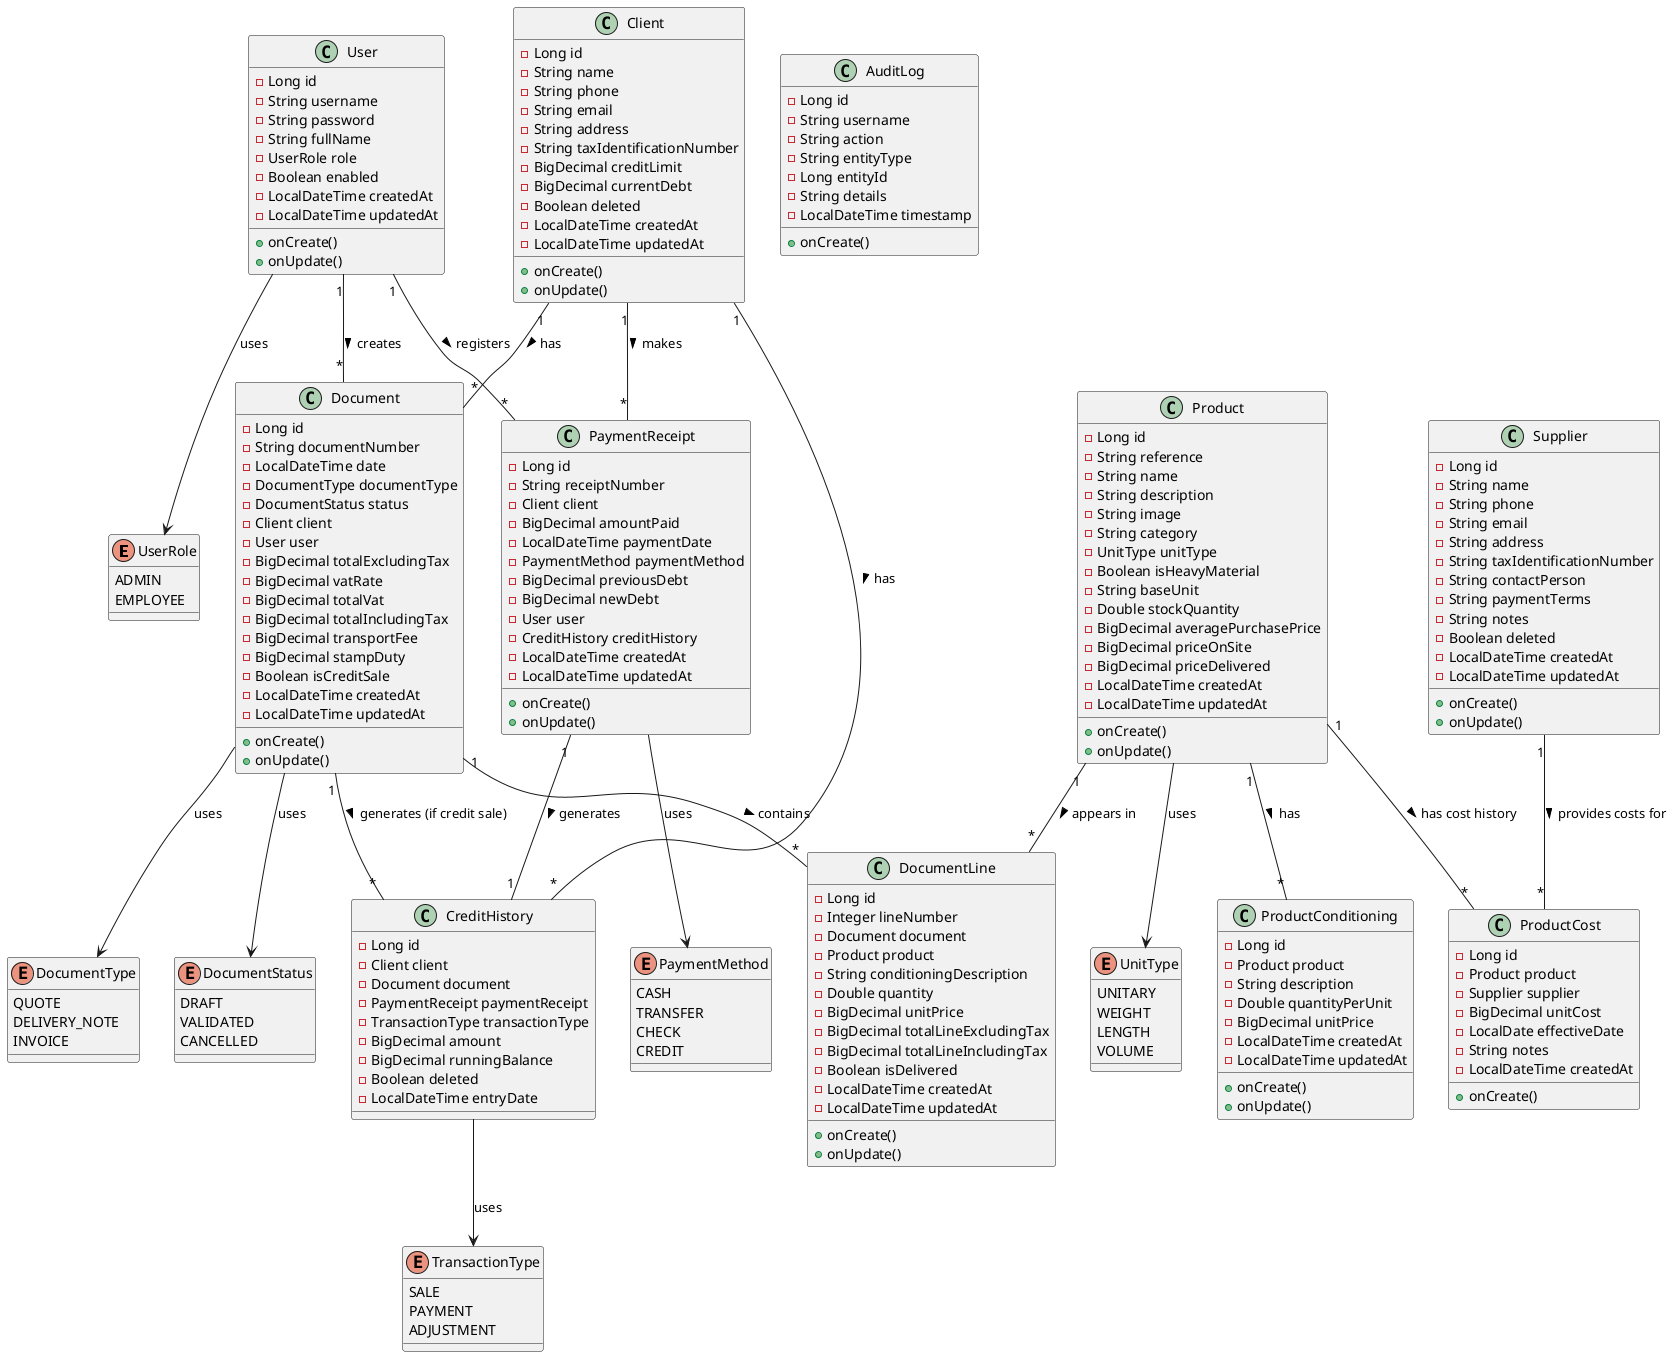
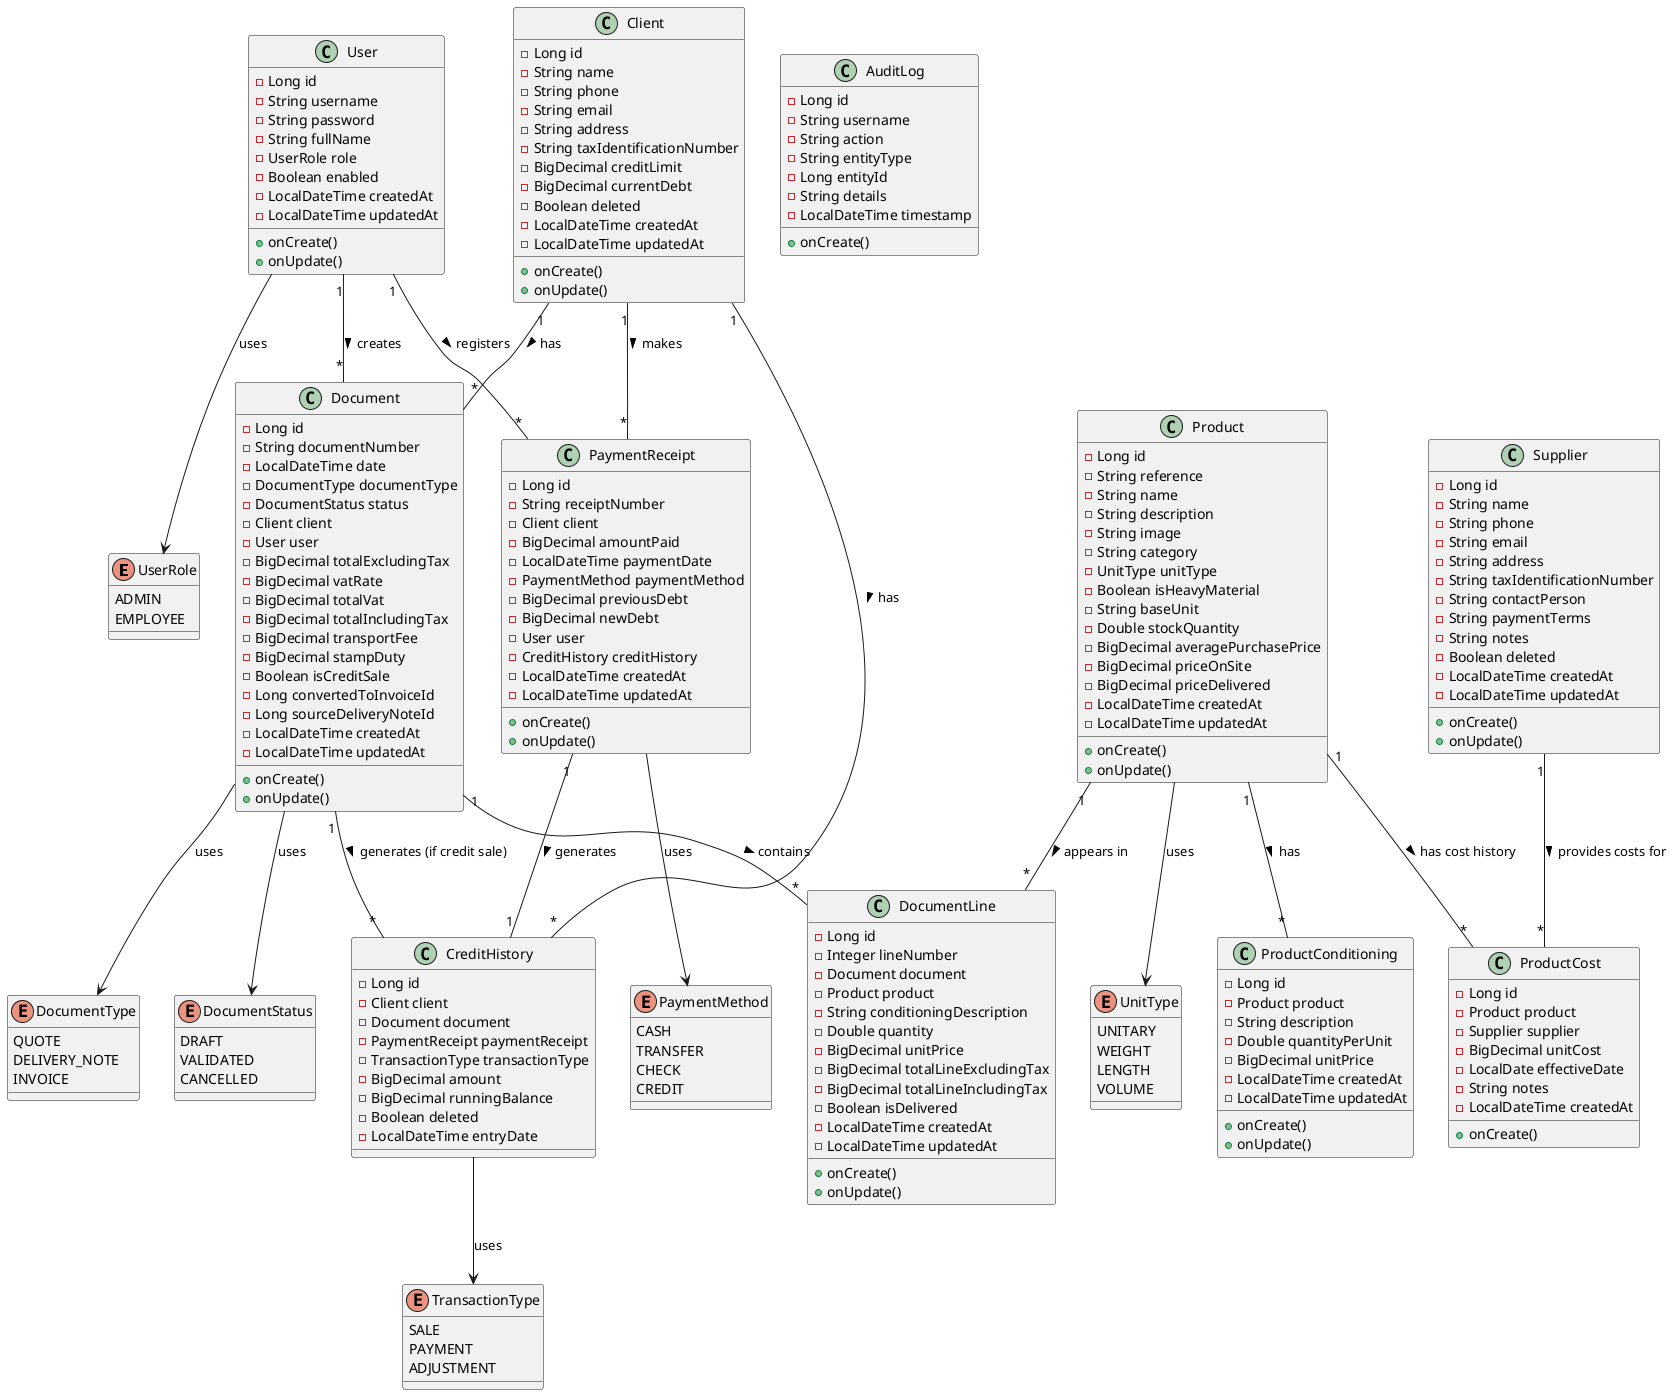
@startuml Hardware Store Class Diagram
' INOVEXAHUB - Système de Gestion Commerciale et Point de Vente (POS)
' Sprint 1: Modélisation UML
' Version: 1.0 (MVP)

' ============================================
' ENUMS
' ============================================

enum UserRole {
  ADMIN
  EMPLOYEE
}

enum UnitType {
  UNITARY
  WEIGHT
  LENGTH
  VOLUME
}

enum DocumentType {
  QUOTE
  DELIVERY_NOTE
  INVOICE
}

enum DocumentStatus {
  DRAFT
  VALIDATED
  CANCELLED
}

enum PaymentMethod {
  CASH
  TRANSFER
  CHECK
  CREDIT
}

enum TransactionType {
  SALE
  PAYMENT
  ADJUSTMENT
}

' ============================================
' ENTITIES
' ============================================

class User {
  - Long id
  - String username
  - String password
  - String fullName
  - UserRole role
  - Boolean enabled
  - LocalDateTime createdAt
  - LocalDateTime updatedAt
  + onCreate()
  + onUpdate()
}

class Client {
  - Long id
  - String name
  - String phone
  - String email
  - String address
  - String taxIdentificationNumber
  - BigDecimal creditLimit
  - BigDecimal currentDebt
  - Boolean deleted
  - LocalDateTime createdAt
  - LocalDateTime updatedAt
  + onCreate()
  + onUpdate()
}

class Supplier {
  - Long id
  - String name
  - String phone
  - String email
  - String address
  - String taxIdentificationNumber
  - String contactPerson
  - String paymentTerms
  - String notes
  - Boolean deleted
  - LocalDateTime createdAt
  - LocalDateTime updatedAt
  + onCreate()
  + onUpdate()
}

class Product {
  - Long id
  - String reference
  - String name
  - String description
  - String image
  - String category
  - UnitType unitType
  - Boolean isHeavyMaterial
  - String baseUnit
  - Double stockQuantity
  - BigDecimal averagePurchasePrice
  - BigDecimal priceOnSite
  - BigDecimal priceDelivered
  - LocalDateTime createdAt
  - LocalDateTime updatedAt
  + onCreate()
  + onUpdate()
}

class ProductConditioning {
  - Long id
  - Product product
  - String description
  - Double quantityPerUnit
  - BigDecimal unitPrice
  - LocalDateTime createdAt
  - LocalDateTime updatedAt
  + onCreate()
  + onUpdate()
}

class ProductCost {
  - Long id
  - Product product
  - Supplier supplier
  - BigDecimal unitCost
  - LocalDate effectiveDate
  - String notes
  - LocalDateTime createdAt
  + onCreate()
}

class Document {
  - Long id
  - String documentNumber
  - LocalDateTime date
  - DocumentType documentType
  - DocumentStatus status
  - Client client
  - User user
  - BigDecimal totalExcludingTax
  - BigDecimal vatRate
  - BigDecimal totalVat
  - BigDecimal totalIncludingTax
  - BigDecimal transportFee
  - BigDecimal stampDuty
  - Boolean isCreditSale
+   - Long convertedToInvoiceId
+   - Long sourceDeliveryNoteId
  - LocalDateTime createdAt
  - LocalDateTime updatedAt
  + onCreate()
  + onUpdate()
}

class DocumentLine {
  - Long id
  - Integer lineNumber
  - Document document
  - Product product
  - String conditioningDescription
  - Double quantity
  - BigDecimal unitPrice
  - BigDecimal totalLineExcludingTax
  - BigDecimal totalLineIncludingTax
  - Boolean isDelivered
  - LocalDateTime createdAt
  - LocalDateTime updatedAt
  + onCreate()
  + onUpdate()
}

class PaymentReceipt {
  - Long id
  - String receiptNumber
  - Client client
  - BigDecimal amountPaid
  - LocalDateTime paymentDate
  - PaymentMethod paymentMethod
  - BigDecimal previousDebt
  - BigDecimal newDebt
  - User user
  - CreditHistory creditHistory
  - LocalDateTime createdAt
  - LocalDateTime updatedAt
  + onCreate()
  + onUpdate()
}

class CreditHistory {
  - Long id
  - Client client
  - Document document
  - PaymentReceipt paymentReceipt
  - TransactionType transactionType
  - BigDecimal amount
  - BigDecimal runningBalance
  - Boolean deleted
  - LocalDateTime entryDate
}

class AuditLog {
  - Long id
  - String username
  - String action
  - String entityType
  - Long entityId
  - String details
  - LocalDateTime timestamp
  + onCreate()
}

' ============================================
' RELATIONSHIPS
' ============================================

' Enum relationships
User --> UserRole : uses
Product --> UnitType : uses
Document --> DocumentType : uses
Document --> DocumentStatus : uses
PaymentReceipt --> PaymentMethod : uses
CreditHistory --> TransactionType : uses

' Entity relationships
User "1" -- "*" Document : creates >
User "1" -- "*" PaymentReceipt : registers >

Client "1" -- "*" Document : has >
Client "1" -- "*" PaymentReceipt : makes >
Client "1" -- "*" CreditHistory : has >

Product "1" -- "*" ProductConditioning : has >
Product "1" -- "*" ProductCost : has cost history >
Product "1" -- "*" DocumentLine : appears in >

Supplier "1" -- "*" ProductCost : provides costs for >

Document "1" -- "*" DocumentLine : contains >
Document "1" -- "*" CreditHistory : generates (if credit sale) >

PaymentReceipt "1" -- "1" CreditHistory : generates >

@enduml
